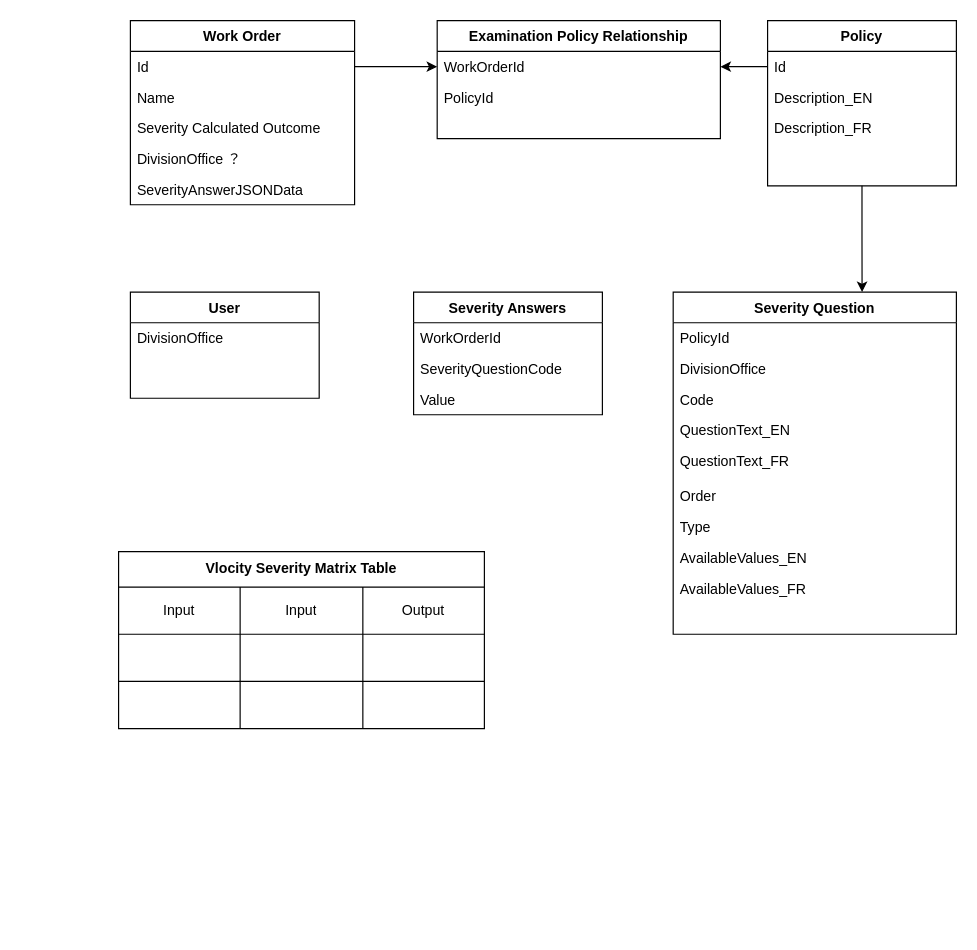
The draw.io diagram page "DataModal" (1 of 2) of _draft/severityMatrix.drawio in z2/z2.github.io, before the edit. Source tidied: cells renumbered, new cells numbered last; positions are measured from the earlier drawing's top-left corner, leaving out a move shared by most shapes. Both pictures are drawn from the tidied source at 118%, with x=0, y=0 at pixel (118, 20).
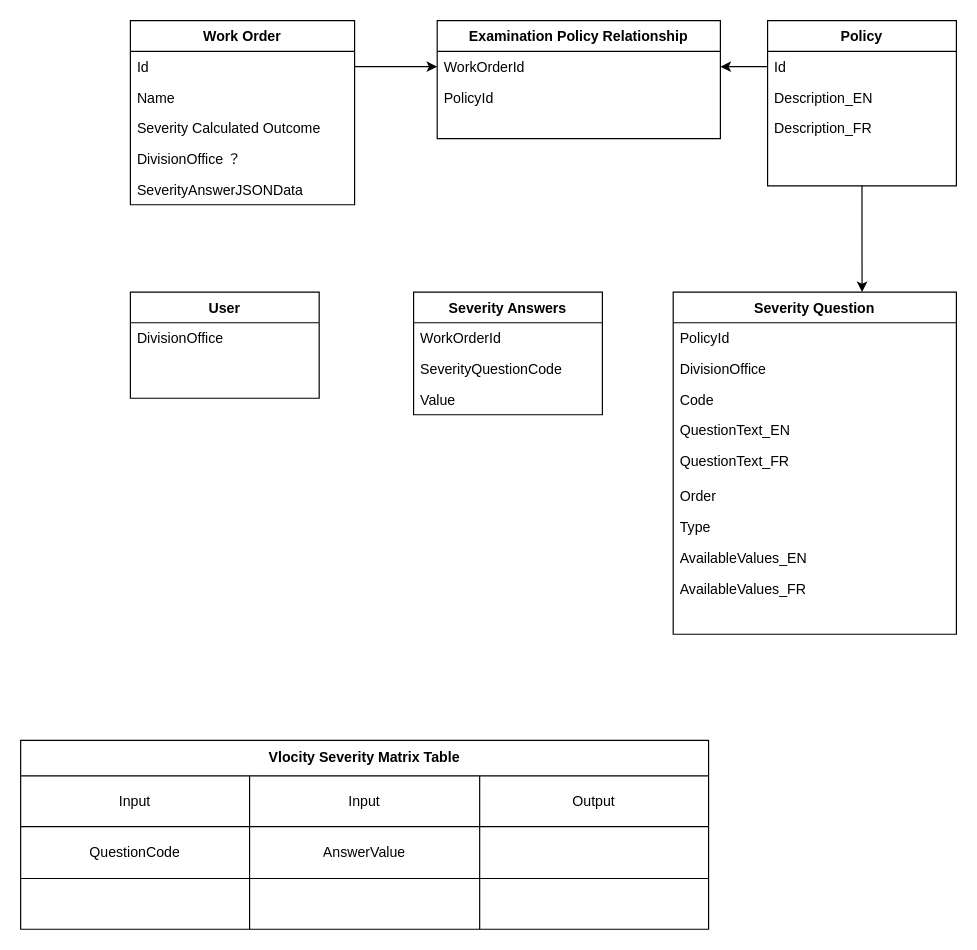
After the change.

The edit, as a diff of the source:
```diff
@@
-    <mxCell id="19" value="Work Order" style="swimlane;fontStyle=1;align=center;verticalAlign=top;horizontal=1;startSize=26;rounded=0;shadow=0;strokeWidth=1;" parent="1" vertex="1">
+    <mxCell id="19" value="Work Order" style="swimlane;fontStyle=1;align=center;verticalAlign=top;horizontal=1;startSize=26;rounded=0;shadow=0;strokeWidth=1;labelBackgroundColor=none;" parent="1" vertex="1">
       <mxGeometry x="10" width="190" height="156" as="geometry" />
     </mxCell>
@@
-    <mxCell id="34" value="Vlocity Severity Matrix Table" style="shape=table;html=1;whiteSpace=wrap;startSize=30;childLayout=tableLayout;fontStyle=1;align=center;" parent="1" vertex="1">
-      <mxGeometry y="450" width="310" height="150" as="geometry" />
+    <mxCell id="34" value="Vlocity Severity Matrix Table" style="shape=table;html=1;whiteSpace=wrap;startSize=30;childLayout=tableLayout;fontStyle=1;align=center;labelBackgroundColor=none;labelBorderColor=none;" parent="1" vertex="1">
+      <mxGeometry x="-83" y="610" width="583" height="160" as="geometry" />
     </mxCell>
     <mxCell id="35" style="shape=partialRectangle;html=1;whiteSpace=wrap;fillColor=none;top=0;left=0;bottom=0;right=0;" parent="34" vertex="1">
-      <mxGeometry y="30" width="310" height="40" as="geometry" />
+      <mxGeometry y="30" width="583" height="43" as="geometry" />
     </mxCell>
     <mxCell id="36" value="Input" style="shape=partialRectangle;html=1;whiteSpace=wrap;fillColor=none;top=0;left=0;bottom=0;right=0;overflow=hidden;" parent="35" vertex="1">
-      <mxGeometry width="103" height="40" as="geometry" />
+      <mxGeometry width="194" height="43" as="geometry" />
     </mxCell>
     <mxCell id="37" value="Input" style="shape=partialRectangle;html=1;whiteSpace=wrap;fillColor=none;top=0;left=0;bottom=0;right=0;overflow=hidden;" parent="35" vertex="1">
-      <mxGeometry x="103" width="104" height="40" as="geometry" />
+      <mxGeometry x="194" width="195" height="43" as="geometry" />
     </mxCell>
     <mxCell id="38" value="Output" style="shape=partialRectangle;html=1;whiteSpace=wrap;fillColor=none;top=0;left=0;bottom=0;right=0;overflow=hidden;" parent="35" vertex="1">
-      <mxGeometry x="207" width="103" height="40" as="geometry" />
+      <mxGeometry x="389" width="194" height="43" as="geometry" />
     </mxCell>
     <mxCell id="39" style="shape=partialRectangle;html=1;whiteSpace=wrap;fillColor=none;top=0;left=0;bottom=0;right=0;" parent="34" vertex="1">
-      <mxGeometry y="70" width="310" height="40" as="geometry" />
+      <mxGeometry y="73" width="583" height="44" as="geometry" />
     </mxCell>
-    <mxCell id="40" style="shape=partialRectangle;html=1;whiteSpace=wrap;fillColor=none;top=0;left=0;bottom=0;right=0;overflow=hidden;" parent="39" vertex="1">
-      <mxGeometry width="103" height="40" as="geometry" />
+    <mxCell id="40" value="QuestionCode" style="shape=partialRectangle;html=1;whiteSpace=wrap;fillColor=none;top=0;left=0;bottom=0;right=0;overflow=hidden;" parent="39" vertex="1">
+      <mxGeometry width="194" height="44" as="geometry" />
     </mxCell>
-    <mxCell id="41" style="shape=partialRectangle;html=1;whiteSpace=wrap;fillColor=none;top=0;left=0;bottom=0;right=0;overflow=hidden;" parent="39" vertex="1">
-      <mxGeometry x="103" width="104" height="40" as="geometry" />
+    <mxCell id="41" value="AnswerValue" style="shape=partialRectangle;html=1;whiteSpace=wrap;fillColor=none;top=0;left=0;bottom=0;right=0;overflow=hidden;" parent="39" vertex="1">
+      <mxGeometry x="194" width="195" height="44" as="geometry" />
     </mxCell>
-    <mxCell id="42" style="shape=partialRectangle;html=1;whiteSpace=wrap;fillColor=none;top=0;left=0;bottom=0;right=0;overflow=hidden;" parent="39" vertex="1">
-      <mxGeometry x="207" width="103" height="40" as="geometry" />
+    <mxCell id="42" value="&lt;table&gt;&lt;tbody&gt;&lt;tr&gt;&lt;td&gt;&lt;br&gt;&lt;/td&gt;&lt;td&gt;&lt;br&gt;&lt;/td&gt;&lt;td&gt;&lt;br&gt;&lt;/td&gt;&lt;td&gt;&lt;br&gt;&lt;/td&gt;&lt;td&gt;&lt;br&gt;&lt;/td&gt;&lt;/tr&gt;&lt;tr&gt;&lt;td&gt;&lt;br&gt;&lt;/td&gt;&lt;td&gt;&lt;br&gt;&lt;/td&gt;&lt;td&gt;&lt;br&gt;&lt;/td&gt;&lt;td&gt;&lt;br&gt;&lt;/td&gt;&lt;td&gt;&lt;br&gt;&lt;/td&gt;&lt;/tr&gt;&lt;tr&gt;&lt;td&gt;&lt;br&gt;&lt;/td&gt;&lt;td&gt;&lt;br&gt;&lt;/td&gt;&lt;td&gt;&lt;br&gt;&lt;/td&gt;&lt;td&gt;&lt;br&gt;&lt;/td&gt;&lt;td&gt;&lt;br&gt;&lt;/td&gt;&lt;/tr&gt;&lt;/tbody&gt;&lt;/table&gt;" style="shape=partialRectangle;html=1;whiteSpace=wrap;fillColor=none;top=0;left=0;bottom=0;right=0;overflow=hidden;" parent="39" vertex="1">
+      <mxGeometry x="389" width="194" height="44" as="geometry" />
     </mxCell>
     <mxCell id="43" style="shape=partialRectangle;html=1;whiteSpace=wrap;fillColor=none;top=0;left=0;bottom=0;right=0;" parent="34" vertex="1">
-      <mxGeometry y="110" width="310" height="40" as="geometry" />
+      <mxGeometry y="117" width="583" height="43" as="geometry" />
     </mxCell>
     <mxCell id="44" style="shape=partialRectangle;html=1;whiteSpace=wrap;fillColor=none;top=0;left=0;bottom=0;right=0;overflow=hidden;" parent="43" vertex="1">
-      <mxGeometry width="103" height="40" as="geometry" />
+      <mxGeometry width="194" height="43" as="geometry" />
     </mxCell>
     <mxCell id="45" style="shape=partialRectangle;html=1;whiteSpace=wrap;fillColor=none;top=0;left=0;bottom=0;right=0;overflow=hidden;" parent="43" vertex="1">
-      <mxGeometry x="103" width="104" height="40" as="geometry" />
+      <mxGeometry x="194" width="195" height="43" as="geometry" />
     </mxCell>
     <mxCell id="46" style="shape=partialRectangle;html=1;whiteSpace=wrap;fillColor=none;top=0;left=0;bottom=0;right=0;overflow=hidden;" parent="43" vertex="1">
-      <mxGeometry x="207" width="103" height="40" as="geometry" />
+      <mxGeometry x="389" width="194" height="43" as="geometry" />
     </mxCell>
```
